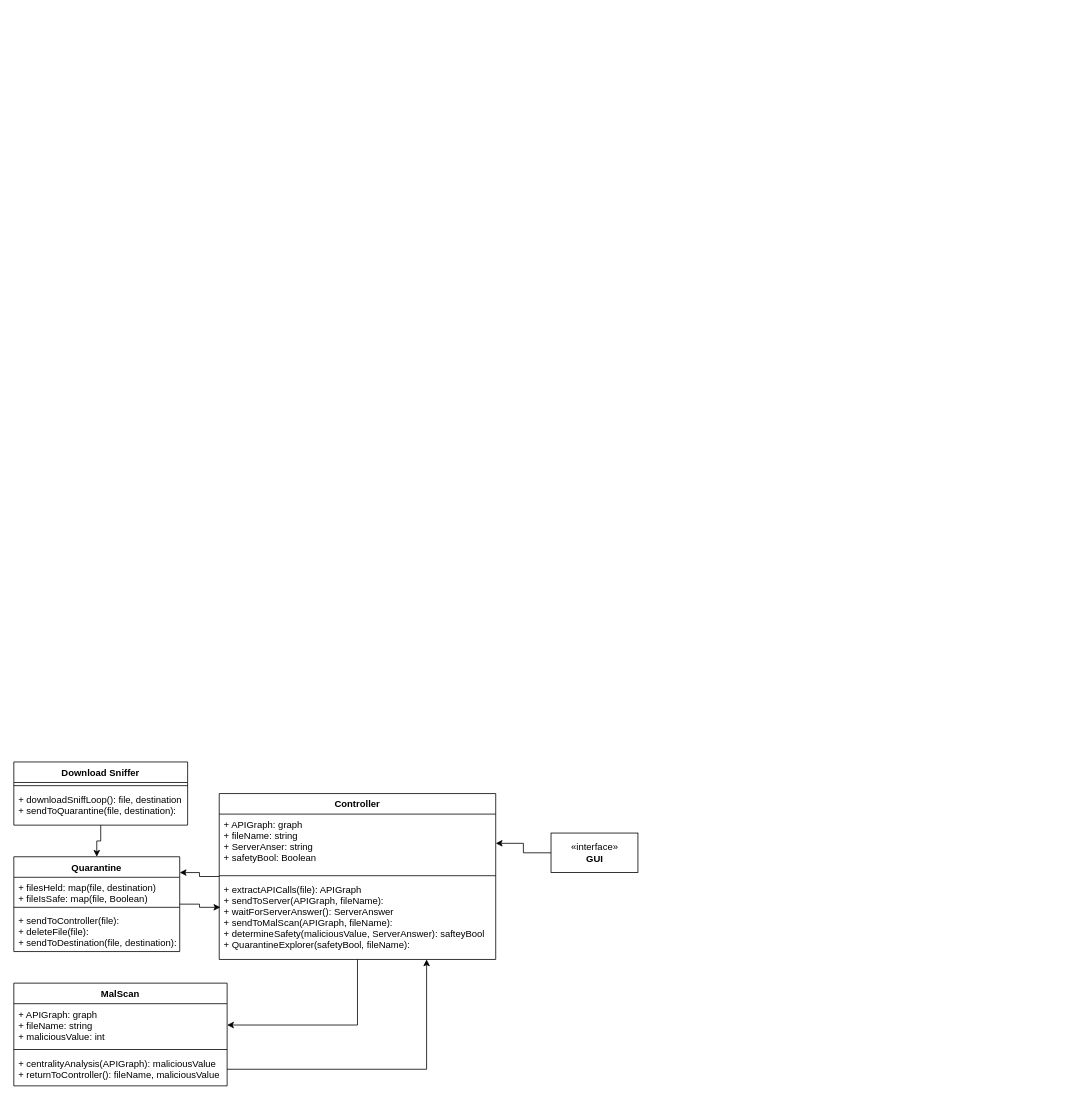
This is Untitled Diagram.drawio from ethandabney/android-antivirus, a draw.io file, before an edit. Source tidied: cells renumbered, new cells numbered last; positions are measured from the earlier drawing's top-left corner, leaving out a move shared by most shapes. Both pictures are drawn from the tidied source at 79%, with x=0, y=0 at pixel (13, 762).
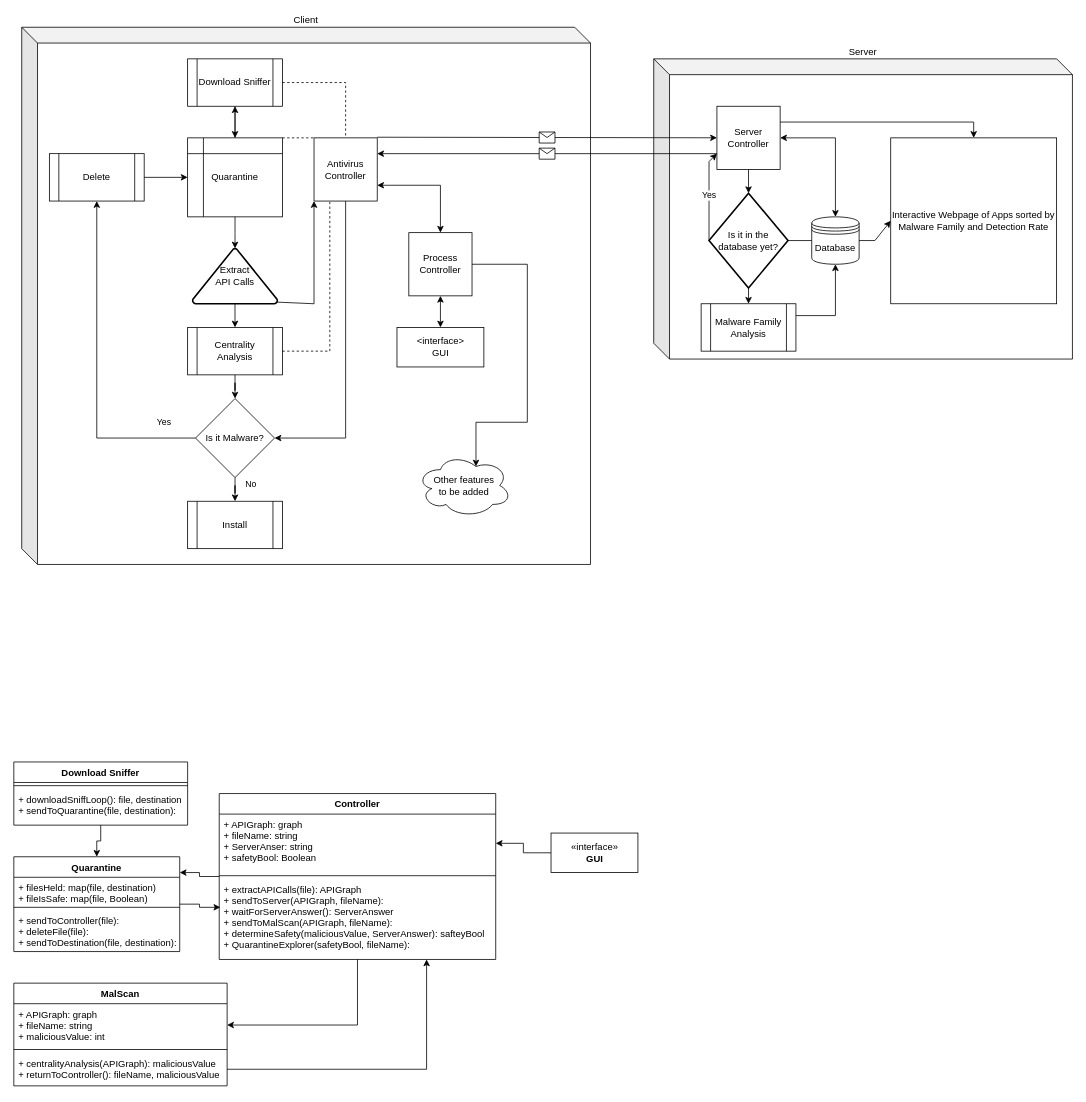
The same diagram, later.

Change to the diagram source:
```diff
@@
+    <mxCell id="24" style="group;" parent="1" vertex="1">
+      <mxGeometry x="10" y="-930" width="1330" height="680" as="geometry" />
+    </mxCell>
+    <mxCell id="25" value="Server" style="shape=cube;whiteSpace=wrap;html=1;boundedLbl=1;backgroundOutline=1;darkOpacity=0.05;darkOpacity2=0.1;labelPosition=center;verticalLabelPosition=top;align=center;verticalAlign=bottom;" parent="24" vertex="1">
+      <mxGeometry x="800" y="40" width="530" height="380" as="geometry" />
+    </mxCell>
+    <mxCell id="26" value="Client" style="shape=cube;whiteSpace=wrap;html=1;boundedLbl=1;backgroundOutline=1;darkOpacity=0.05;darkOpacity2=0.1;labelPosition=center;verticalLabelPosition=top;align=center;verticalAlign=bottom;" parent="24" vertex="1">
+      <mxGeometry width="720" height="680" as="geometry" />
+    </mxCell>
+    <mxCell id="27" value="Process&lt;br&gt;Controller" style="whiteSpace=wrap;html=1;" parent="24" vertex="1">
+      <mxGeometry x="490" y="260" width="80" height="80" as="geometry" />
+    </mxCell>
+    <mxCell id="28" value="Antivirus&lt;br&gt;Controller" style="whiteSpace=wrap;html=1;" parent="24" vertex="1">
+      <mxGeometry x="370" y="140" width="80" height="80" as="geometry" />
+    </mxCell>
+    <mxCell id="29" style="endArrow=classic;startArrow=classic;html=1;rounded=0;entryX=1;entryY=0.75;entryDx=0;entryDy=0;exitX=0.5;exitY=0;exitDx=0;exitDy=0;" parent="24" edge="1" source="27" target="28">
+      <mxGeometry relative="1" as="geometry">
+        <Array as="points">
+          <mxPoint x="530" y="200" />
+        </Array>
+      </mxGeometry>
+    </mxCell>
+    <mxCell id="30" style="endArrow=classic;startArrow=classic;html=1;rounded=0;entryX=0.5;entryY=1;entryDx=0;entryDy=0;" parent="24" edge="1" target="27">
+      <mxGeometry relative="1" as="geometry">
+        <mxPoint x="530" y="380" as="sourcePoint" />
+      </mxGeometry>
+    </mxCell>
+    <mxCell id="31" value="&amp;lt;interface&amp;gt;&lt;br&gt;GUI" style="html=1;" parent="24" vertex="1">
+      <mxGeometry x="475" y="380" width="110" height="50" as="geometry" />
+    </mxCell>
+    <mxCell id="32" style="edgeStyle=orthogonalEdgeStyle;rounded=0;jettySize=auto;html=1;exitX=0.5;exitY=1;exitDx=0;exitDy=0;entryX=0.5;entryY=0;entryDx=0;entryDy=0;" parent="24" edge="1" source="33">
+      <mxGeometry relative="1" as="geometry">
+        <mxPoint x="270" y="140" as="targetPoint" />
+      </mxGeometry>
+    </mxCell>
+    <mxCell id="33" value="Download Sniffer" style="shape=process;whiteSpace=wrap;html=1;backgroundOutline=1;" parent="24" vertex="1">
+      <mxGeometry x="210" y="40" width="120" height="60" as="geometry" />
+    </mxCell>
+    <mxCell id="34" value="Extract&lt;br&gt;API Calls" style="strokeWidth=2;html=1;shape=mxgraph.flowchart.extract_or_measurement;whiteSpace=wrap;" parent="24" vertex="1">
+      <mxGeometry x="216.2" y="280" width="107.5" height="70" as="geometry" />
+    </mxCell>
+    <mxCell id="35" style="endArrow=classic;html=1;rounded=0;exitX=0.99;exitY=0.97;exitDx=0;exitDy=0;exitPerimeter=0;entryX=0;entryY=1;entryDx=0;entryDy=0;" parent="24" edge="1" source="34" target="28">
+      <mxGeometry relative="1" as="geometry">
+        <Array as="points">
+          <mxPoint x="370" y="350" />
+        </Array>
+      </mxGeometry>
+    </mxCell>
+    <mxCell id="36" style="endArrow=none;dashed=1;html=1;rounded=0;entryX=0.5;entryY=0;entryDx=0;entryDy=0;exitX=1;exitY=0.5;exitDx=0;exitDy=0;" parent="24" edge="1" source="33" target="28">
+      <mxGeometry relative="1" as="geometry">
+        <Array as="points">
+          <mxPoint x="410" y="70" />
+        </Array>
+      </mxGeometry>
+    </mxCell>
+    <mxCell id="37" style="endArrow=none;dashed=1;html=1;rounded=0;entryX=0;entryY=0;entryDx=0;entryDy=0;exitX=1;exitY=0;exitDx=0;exitDy=0;" parent="24" edge="1" source="49" target="28">
+      <mxGeometry relative="1" as="geometry" />
+    </mxCell>
+    <mxCell id="38" style="endArrow=classic;html=1;rounded=0;exitX=0.5;exitY=1;exitDx=0;exitDy=0;exitPerimeter=0;" parent="24" edge="1" source="34" target="39">
+      <mxGeometry relative="1" as="geometry" />
+    </mxCell>
+    <mxCell id="39" value="Centrality Analysis" style="shape=process;whiteSpace=wrap;html=1;backgroundOutline=1;" parent="24" vertex="1">
+      <mxGeometry x="210" y="380" width="120" height="60" as="geometry" />
+    </mxCell>
+    <mxCell id="40" value="Is it Malware?" style="rhombus;whiteSpace=wrap;html=1;" parent="24" vertex="1">
+      <mxGeometry x="220" y="470" width="100" height="100" as="geometry" />
+    </mxCell>
+    <mxCell id="41" style="edgeStyle=orthogonalEdgeStyle;rounded=0;jettySize=auto;html=1;" parent="24" edge="1" source="39" target="40">
+      <mxGeometry relative="1" as="geometry" />
+    </mxCell>
+    <mxCell id="42" value="Install" style="shape=process;whiteSpace=wrap;html=1;backgroundOutline=1;" parent="24" vertex="1">
+      <mxGeometry x="210" y="600" width="120" height="60" as="geometry" />
+    </mxCell>
+    <mxCell id="43" value="No" style="edgeStyle=orthogonalEdgeStyle;rounded=0;jettySize=auto;html=1;" parent="24" edge="1" source="40" target="42">
+      <mxGeometry x="0.2" y="20" relative="1" as="geometry">
+        <mxPoint y="-1" as="offset" />
+      </mxGeometry>
+    </mxCell>
+    <mxCell id="44" value="Delete" style="shape=process;whiteSpace=wrap;html=1;backgroundOutline=1;" parent="24" vertex="1">
+      <mxGeometry x="35" y="160" width="120" height="60" as="geometry" />
+    </mxCell>
+    <mxCell id="45" value="Yes" style="edgeStyle=orthogonalEdgeStyle;rounded=0;jettySize=auto;html=1;" parent="24" edge="1" source="40" target="44">
+      <mxGeometry x="-0.81" y="-20" relative="1" as="geometry" />
+    </mxCell>
+    <mxCell id="46" style="endArrow=none;dashed=1;html=1;rounded=0;exitX=1;exitY=0.5;exitDx=0;exitDy=0;entryX=0.25;entryY=1;entryDx=0;entryDy=0;" parent="24" edge="1" source="39" target="28">
+      <mxGeometry relative="1" as="geometry">
+        <Array as="points">
+          <mxPoint x="390" y="410" />
+        </Array>
+      </mxGeometry>
+    </mxCell>
+    <mxCell id="47" style="endArrow=classic;html=1;rounded=0;exitX=0.5;exitY=1;exitDx=0;exitDy=0;entryX=1;entryY=0.5;entryDx=0;entryDy=0;" parent="24" edge="1" source="28" target="40">
+      <mxGeometry relative="1" as="geometry">
+        <Array as="points">
+          <mxPoint x="410" y="520" />
+        </Array>
+      </mxGeometry>
+    </mxCell>
+    <mxCell id="48" style="edgeStyle=orthogonalEdgeStyle;rounded=0;jettySize=auto;html=1;exitX=0.5;exitY=0;exitDx=0;exitDy=0;" parent="24" edge="1" source="49" target="33">
+      <mxGeometry relative="1" as="geometry" />
+    </mxCell>
+    <mxCell id="49" value="Quarantine" style="shape=internalStorage;whiteSpace=wrap;html=1;backgroundOutline=1;" parent="24" vertex="1">
+      <mxGeometry x="210" y="140" width="120" height="100" as="geometry" />
+    </mxCell>
+    <mxCell id="50" style="edgeStyle=orthogonalEdgeStyle;rounded=0;jettySize=auto;html=1;exitX=0.5;exitY=1;exitDx=0;exitDy=0;" parent="24" edge="1" source="49" target="34">
+      <mxGeometry relative="1" as="geometry" />
+    </mxCell>
+    <mxCell id="51" value="Other features&lt;br&gt;to be added" style="ellipse;shape=cloud;whiteSpace=wrap;html=1;" parent="24" vertex="1">
+      <mxGeometry x="500" y="540" width="120" height="80" as="geometry" />
+    </mxCell>
+    <mxCell id="52" style="endArrow=classic;html=1;rounded=0;exitX=1;exitY=0.5;exitDx=0;exitDy=0;entryX=0.625;entryY=0.2;entryDx=0;entryDy=0;entryPerimeter=0;" parent="24" edge="1" source="27" target="51">
+      <mxGeometry relative="1" as="geometry">
+        <Array as="points">
+          <mxPoint x="640" y="300" />
+          <mxPoint x="640" y="500" />
+          <mxPoint x="575" y="500" />
+        </Array>
+      </mxGeometry>
+    </mxCell>
+    <mxCell id="53" value="Server Controller" style="whiteSpace=wrap;html=1;" parent="24" vertex="1">
+      <mxGeometry x="880" y="100" width="80" height="80" as="geometry" />
+    </mxCell>
+    <mxCell id="54" value="Database" style="shape=datastore;whiteSpace=wrap;html=1;" parent="24" vertex="1">
+      <mxGeometry x="1000" y="240" width="60" height="60" as="geometry" />
+    </mxCell>
+    <mxCell id="55" value="Is it in the database yet?" style="strokeWidth=2;html=1;shape=mxgraph.flowchart.decision;whiteSpace=wrap;" parent="24" vertex="1">
+      <mxGeometry x="870" y="210" width="100" height="120" as="geometry" />
+    </mxCell>
+    <mxCell id="56" style="endArrow=classic;html=1;rounded=0;exitX=0.5;exitY=1;exitDx=0;exitDy=0;entryX=0.5;entryY=0;entryDx=0;entryDy=0;entryPerimeter=0;" parent="24" edge="1" source="53" target="55">
+      <mxGeometry relative="1" as="geometry" />
+    </mxCell>
+    <mxCell id="57" style="endArrow=none;html=1;rounded=0;entryX=1;entryY=0.5;entryDx=0;entryDy=0;entryPerimeter=0;exitX=0;exitY=0.5;exitDx=0;exitDy=0;" parent="24" edge="1" source="54" target="55">
+      <mxGeometry relative="1" as="geometry" />
+    </mxCell>
+    <mxCell id="58" value="Yes" style="endArrow=classic;html=1;rounded=0;exitX=0;exitY=0.5;exitDx=0;exitDy=0;exitPerimeter=0;entryX=0;entryY=0.75;entryDx=0;entryDy=0;" parent="24" edge="1" source="55" target="53">
+      <mxGeometry relative="1" as="geometry">
+        <Array as="points">
+          <mxPoint x="870" y="170" />
+        </Array>
+      </mxGeometry>
+    </mxCell>
+    <mxCell id="59" style="endArrow=classic;html=1;rounded=0;exitX=0.5;exitY=1;exitDx=0;exitDy=0;exitPerimeter=0;" parent="24" edge="1" source="55" target="60">
+      <mxGeometry relative="1" as="geometry" />
+    </mxCell>
+    <mxCell id="60" value="Malware Family Analysis" style="shape=process;whiteSpace=wrap;html=1;backgroundOutline=1;" parent="24" vertex="1">
+      <mxGeometry x="860" y="350" width="120" height="60" as="geometry" />
+    </mxCell>
+    <mxCell id="61" value="Interactive Webpage of Apps sorted by Malware Family and Detection Rate" style="whiteSpace=wrap;html=1;" parent="24" vertex="1">
+      <mxGeometry x="1100" y="140" width="210" height="210" as="geometry" />
+    </mxCell>
+    <mxCell id="62" style="endArrow=classic;html=1;rounded=0;exitX=1;exitY=0.25;exitDx=0;exitDy=0;entryX=0.5;entryY=1;entryDx=0;entryDy=0;" parent="24" edge="1" source="60" target="54">
+      <mxGeometry relative="1" as="geometry">
+        <Array as="points">
+          <mxPoint x="1030" y="365" />
+        </Array>
+      </mxGeometry>
+    </mxCell>
+    <mxCell id="63" style="endArrow=classic;html=1;rounded=0;entryX=0;entryY=0.5;entryDx=0;entryDy=0;" parent="24" edge="1" target="61">
+      <mxGeometry relative="1" as="geometry">
+        <mxPoint x="1060" y="270" as="sourcePoint" />
+        <Array as="points">
+          <mxPoint x="1080" y="270" />
+        </Array>
+      </mxGeometry>
+    </mxCell>
+    <mxCell id="64" style="endArrow=classic;html=1;rounded=0;entryX=0.5;entryY=0;entryDx=0;entryDy=0;" parent="24" edge="1" target="61">
+      <mxGeometry relative="1" as="geometry">
+        <mxPoint x="960" y="120" as="sourcePoint" />
+        <Array as="points">
+          <mxPoint x="1205" y="120" />
+        </Array>
+      </mxGeometry>
+    </mxCell>
+    <mxCell id="65" style="endArrow=classic;startArrow=classic;html=1;rounded=0;exitX=0.5;exitY=0;exitDx=0;exitDy=0;entryX=1;entryY=0.5;entryDx=0;entryDy=0;" parent="24" edge="1" source="54" target="53">
+      <mxGeometry relative="1" as="geometry">
+        <Array as="points">
+          <mxPoint x="1030" y="140" />
+        </Array>
+      </mxGeometry>
+    </mxCell>
+    <mxCell id="66" style="endArrow=classic;html=1;rounded=0;" parent="24" edge="1" target="53">
+      <mxGeometry relative="1" as="geometry">
+        <mxPoint x="450" y="139.2" as="sourcePoint" />
+      </mxGeometry>
+    </mxCell>
+    <mxCell id="67" style="shape=message;html=1;" parent="66" vertex="1">
+      <mxGeometry width="20" height="14" relative="1" as="geometry">
+        <mxPoint x="-10" y="-7" as="offset" />
+      </mxGeometry>
+    </mxCell>
+    <mxCell id="68" style="endArrow=classic;html=1;rounded=0;entryX=1;entryY=0.25;entryDx=0;entryDy=0;exitX=0;exitY=0.75;exitDx=0;exitDy=0;" parent="24" edge="1" source="53" target="28">
+      <mxGeometry relative="1" as="geometry" />
+    </mxCell>
+    <mxCell id="69" style="shape=message;html=1;" parent="68" vertex="1">
+      <mxGeometry width="20" height="14" relative="1" as="geometry">
+        <mxPoint x="-10" y="-7" as="offset" />
+      </mxGeometry>
+    </mxCell>
+    <mxCell id="70" style="edgeStyle=orthogonalEdgeStyle;rounded=0;jettySize=auto;html=1;entryX=0;entryY=0.5;entryDx=0;entryDy=0;" parent="24" edge="1" source="44" target="49">
+      <mxGeometry relative="1" as="geometry" />
+    </mxCell>
```
